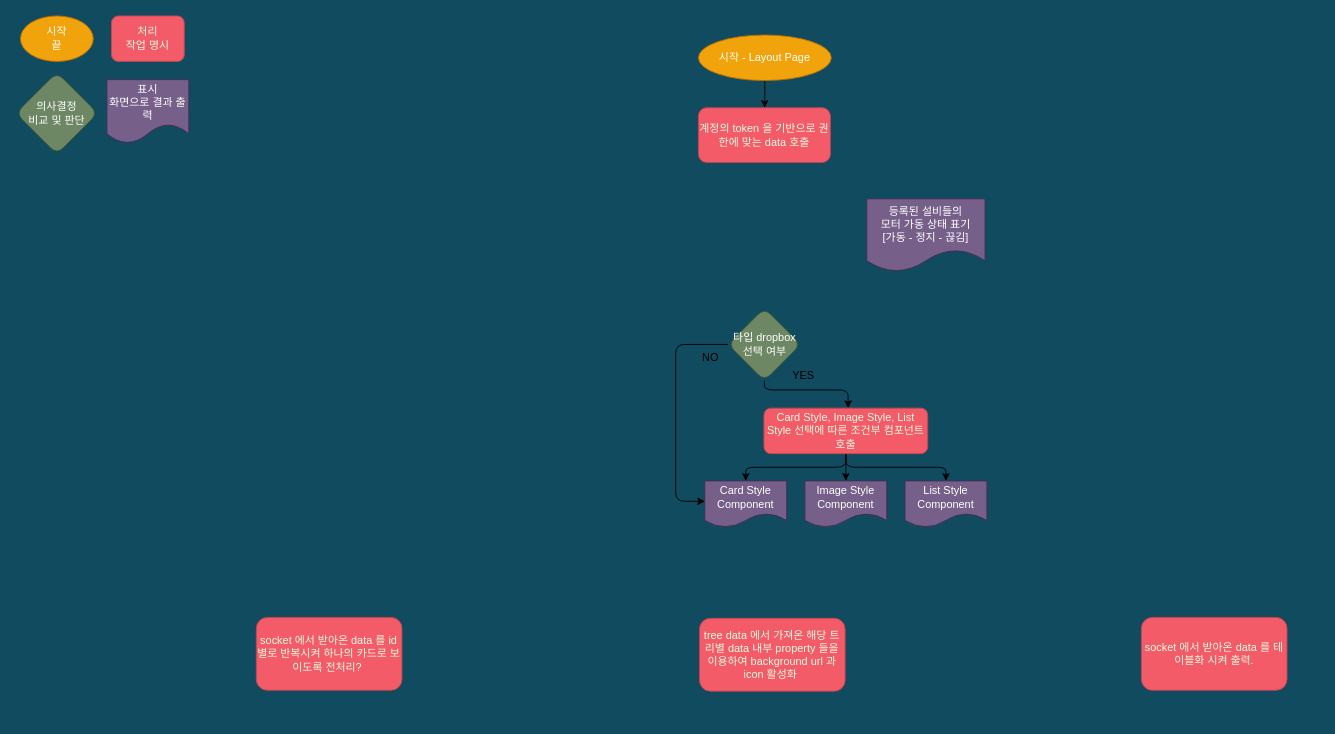
Above: layout-page.drawio in hws522/draw.io (draw.io), before the change. Source tidied: cells renumbered, new cells numbered last; positions are measured from the earlier drawing's top-left corner, leaving out a move shared by most shapes. Both pictures are drawn from the tidied source at 91%, with x=0, y=0 at pixel (15, 15).
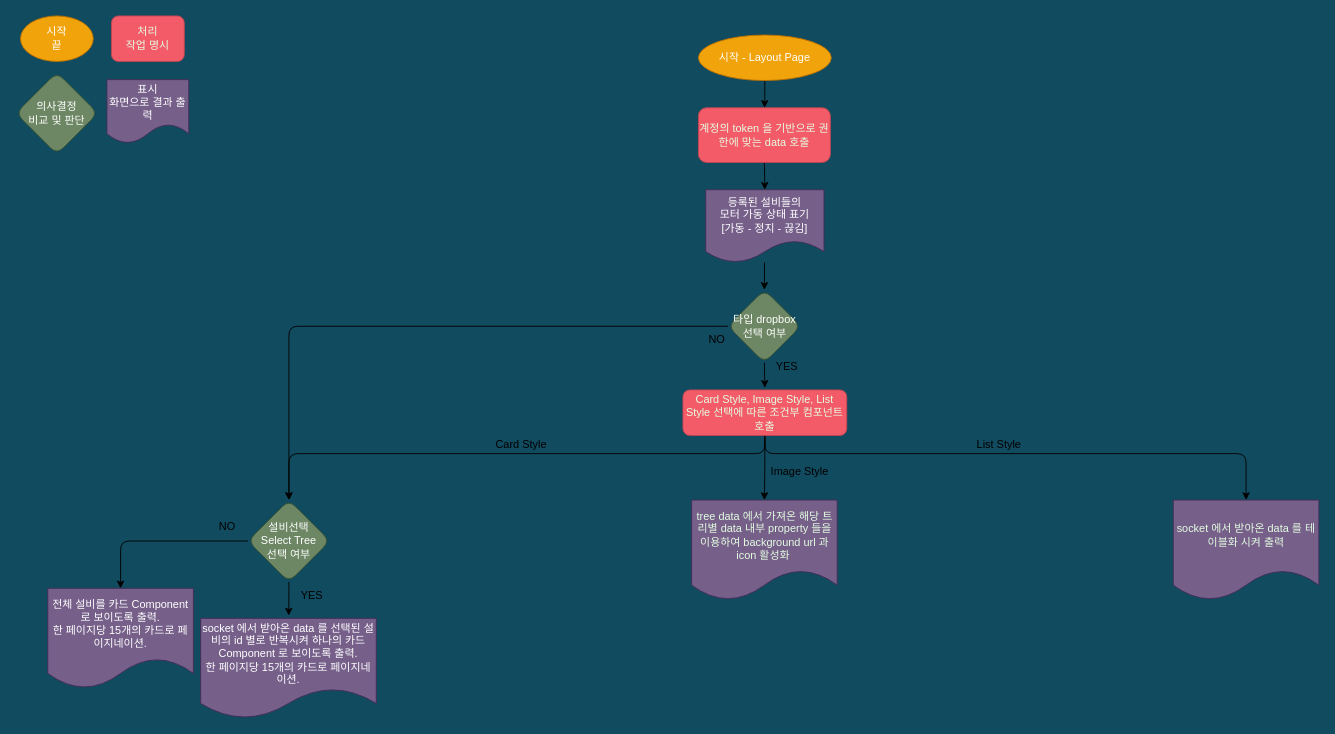
Above is the later version.

Commit message:
update layout-page

Unchanged cells that the change refers to:
```xml
<mxCell id="3" value="계정의 token 을 기반으로 권한에 맞는 data 호출" style="whiteSpace=wrap;html=1;fillColor=#F45B69;strokeColor=#C34651;fontColor=#E4FDE1;rounded=1;glass=0;strokeWidth=1;shadow=0;" parent="1" vertex="1">
  <mxGeometry x="750" y="101" width="145" height="60" as="geometry" />
</mxCell>
```

Change to the diagram source:
```diff
@@
+    <mxCell id="25" style="edgeStyle=none;html=1;exitX=0.5;exitY=1;exitDx=0;exitDy=0;entryX=0.5;entryY=0;entryDx=0;entryDy=0;" parent="1" edge="1" source="3" target="24">
+      <mxGeometry relative="1" as="geometry" />
+    </mxCell>
@@
-    <mxCell id="6" value="tree data 에서 가져온 해당 트리별 data 내부 property 들을 이용하여 background url 과 icon 활성화&amp;nbsp;" style="whiteSpace=wrap;html=1;fillColor=#F45B69;strokeColor=#C34651;fontColor=#E4FDE1;rounded=1;glass=0;strokeWidth=1;shadow=0;" parent="1" vertex="1">
-      <mxGeometry x="751.2" y="662" width="160" height="80" as="geometry" />
-    </mxCell>
-    <mxCell id="7" value="socket 에서 받아온 data 를 id 별로 반복시켜 하나의 카드로 보이도록 전처리?&amp;nbsp;" style="whiteSpace=wrap;html=1;fillColor=#F45B69;strokeColor=#C34651;fontColor=#E4FDE1;rounded=1;glass=0;strokeWidth=1;shadow=0;" parent="1" vertex="1">
-      <mxGeometry x="264.2" y="661" width="160" height="80" as="geometry" />
-    </mxCell>
-    <mxCell id="8" value="socket 에서 받아온 data 를 테이블화 시켜 출력." style="whiteSpace=wrap;html=1;fillColor=#F45B69;strokeColor=#C34651;fontColor=#E4FDE1;rounded=1;glass=0;strokeWidth=1;shadow=0;" parent="1" vertex="1">
-      <mxGeometry x="1236.8" y="661" width="160" height="80" as="geometry" />
-    </mxCell>
@@
-    <mxCell id="12" style="edgeStyle=orthogonalEdgeStyle;html=1;exitX=0;exitY=0.5;exitDx=0;exitDy=0;entryX=0.003;entryY=0.439;entryDx=0;entryDy=0;entryPerimeter=0;" parent="1" edge="1" source="14" target="19">
-      <mxGeometry relative="1" as="geometry">
-        <Array as="points">
-          <mxPoint x="725" y="361" />
-          <mxPoint x="725" y="533" />
-          <mxPoint x="757" y="533" />
-        </Array>
-      </mxGeometry>
-    </mxCell>
-    <mxCell id="13" style="edgeStyle=orthogonalEdgeStyle;html=1;exitX=0.5;exitY=1;exitDx=0;exitDy=0;entryX=0.514;entryY=0;entryDx=0;entryDy=0;entryPerimeter=0;" parent="1" edge="1" source="14" target="23">
-      <mxGeometry relative="1" as="geometry">
-        <Array as="points">
-          <mxPoint x="823" y="411" />
-          <mxPoint x="915" y="411" />
-          <mxPoint x="915" y="431" />
-        </Array>
-      </mxGeometry>
+    <mxCell id="13" style="edgeStyle=none;html=1;exitX=0.5;exitY=1;exitDx=0;exitDy=0;entryX=0.5;entryY=-0.047;entryDx=0;entryDy=0;entryPerimeter=0;" parent="1" edge="1" source="14" target="23">
+      <mxGeometry relative="1" as="geometry" />
     </mxCell>
+    <mxCell id="26" style="edgeStyle=orthogonalEdgeStyle;html=1;exitX=0;exitY=0.5;exitDx=0;exitDy=0;entryX=0.5;entryY=0;entryDx=0;entryDy=0;" parent="1" edge="1" source="14" target="30">
+      <mxGeometry relative="1" as="geometry" />
+    </mxCell>
     <mxCell id="14" value="타입 dropbox&lt;br&gt;선택 여부" style="rhombus;whiteSpace=wrap;html=1;fillColor=#6d8764;strokeColor=#3A5431;fontColor=#ffffff;rounded=1;glass=0;strokeWidth=1;shadow=0;" parent="1" vertex="1">
-      <mxGeometry x="782.5" y="321" width="80" height="80" as="geometry" />
+      <mxGeometry x="782.5" y="301" width="80" height="80" as="geometry" />
     </mxCell>
     <mxCell id="15" value="NO" style="text;html=1;align=center;verticalAlign=middle;strokeColor=none;fillColor=none;" parent="1" vertex="1">
-      <mxGeometry x="742.5" y="361" width="40" height="30" as="geometry" />
+      <mxGeometry x="750" y="341" width="40" height="30" as="geometry" />
     </mxCell>
     <mxCell id="16" value="YES" style="text;html=1;align=center;verticalAlign=middle;strokeColor=none;fillColor=none;" parent="1" vertex="1">
-      <mxGeometry x="840" y="381" width="50" height="30" as="geometry" />
+      <mxGeometry x="822" y="371" width="50" height="30" as="geometry" />
     </mxCell>
-    <mxCell id="17" value="List Style&lt;br&gt;Component" style="shape=document;whiteSpace=wrap;html=1;boundedLbl=1;fillColor=#76608a;strokeColor=#432D57;fontColor=#ffffff;rounded=1;glass=0;strokeWidth=1;shadow=0;" parent="1" vertex="1">
-      <mxGeometry x="977" y="511" width="90" height="51" as="geometry" />
+    <mxCell id="17" value="&lt;span style=&quot;color: rgb(228, 253, 225);&quot;&gt;socket 에서 받아온 data 를 테이블화 시켜 출력&lt;/span&gt;" style="shape=document;whiteSpace=wrap;html=1;boundedLbl=1;fillColor=#76608a;strokeColor=#432D57;fontColor=#ffffff;rounded=1;glass=0;strokeWidth=1;shadow=0;" parent="1" vertex="1">
+      <mxGeometry x="1271.8" y="532" width="160" height="110" as="geometry" />
     </mxCell>
-    <mxCell id="18" value="Image Style&lt;br&gt;Component" style="shape=document;whiteSpace=wrap;html=1;boundedLbl=1;fillColor=#76608a;strokeColor=#432D57;fontColor=#ffffff;rounded=1;glass=0;strokeWidth=1;shadow=0;" parent="1" vertex="1">
-      <mxGeometry x="867" y="511" width="90" height="51" as="geometry" />
+    <mxCell id="18" value="&lt;span style=&quot;color: rgb(228, 253, 225);&quot;&gt;tree data 에서 가져온 해당 트리별 data 내부 property 들을 이용하여 background url 과 icon 활성화&amp;nbsp;&lt;/span&gt;" style="shape=document;whiteSpace=wrap;html=1;boundedLbl=1;fillColor=#76608a;strokeColor=#432D57;fontColor=#ffffff;rounded=1;glass=0;strokeWidth=1;shadow=0;" parent="1" vertex="1">
+      <mxGeometry x="742.5" y="532" width="160" height="110" as="geometry" />
     </mxCell>
-    <mxCell id="19" value="Card Style&lt;br&gt;Component" style="shape=document;whiteSpace=wrap;html=1;boundedLbl=1;fillColor=#76608a;strokeColor=#432D57;fontColor=#ffffff;rounded=1;glass=0;strokeWidth=1;shadow=0;" parent="1" vertex="1">
-      <mxGeometry x="757" y="511" width="90" height="51" as="geometry" />
-    </mxCell>
-    <mxCell id="20" style="edgeStyle=orthogonalEdgeStyle;html=1;exitX=0.5;exitY=1;exitDx=0;exitDy=0;entryX=0.5;entryY=0;entryDx=0;entryDy=0;" parent="1" edge="1" source="23" target="19">
-      <mxGeometry relative="1" as="geometry" />
+    <mxCell id="20" style="edgeStyle=orthogonalEdgeStyle;html=1;exitX=0.5;exitY=1;exitDx=0;exitDy=0;" parent="1" edge="1" source="23" target="30">
+      <mxGeometry relative="1" as="geometry">
+        <Array as="points">
+          <mxPoint x="823" y="481" />
+          <mxPoint x="300" y="481" />
+        </Array>
+      </mxGeometry>
     </mxCell>
@@
     <mxCell id="22" style="edgeStyle=orthogonalEdgeStyle;html=1;exitX=0.5;exitY=1;exitDx=0;exitDy=0;entryX=0.5;entryY=0;entryDx=0;entryDy=0;" parent="1" edge="1" source="23" target="17">
-      <mxGeometry relative="1" as="geometry" />
+      <mxGeometry relative="1" as="geometry">
+        <Array as="points">
+          <mxPoint x="823" y="481" />
+          <mxPoint x="1352" y="481" />
+        </Array>
+      </mxGeometry>
     </mxCell>
     <mxCell id="23" value="Card Style, Image Style, List Style 선택에 따른 조건부 컴포넌트 호출" style="whiteSpace=wrap;html=1;fillColor=#F45B69;strokeColor=#C34651;fontColor=#E4FDE1;rounded=1;glass=0;strokeWidth=1;shadow=0;" parent="1" vertex="1">
-      <mxGeometry x="822" y="431" width="180" height="50" as="geometry" />
+      <mxGeometry x="733" y="411" width="180" height="50" as="geometry" />
     </mxCell>
+    <mxCell id="27" style="edgeStyle=none;html=1;entryX=0.5;entryY=0;entryDx=0;entryDy=0;" parent="1" edge="1" source="24" target="14">
+      <mxGeometry relative="1" as="geometry" />
+    </mxCell>
     <mxCell id="24" value="등록된 설비들의&lt;br&gt;모터 가동 상태 표기&lt;br&gt;[가동 - 정지 - 끊김]" style="shape=document;whiteSpace=wrap;html=1;boundedLbl=1;fillColor=#76608a;strokeColor=#432D57;fontColor=#ffffff;rounded=1;glass=0;strokeWidth=1;shadow=0;" parent="1" vertex="1">
-      <mxGeometry x="935" y="201" width="130" height="80" as="geometry" />
+      <mxGeometry x="758" y="191" width="130" height="80" as="geometry" />
     </mxCell>
+    <mxCell id="28" style="edgeStyle=orthogonalEdgeStyle;html=1;entryX=0.5;entryY=0;entryDx=0;entryDy=0;" parent="1" edge="1" source="30" target="37">
+      <mxGeometry relative="1" as="geometry">
+        <Array as="points">
+          <mxPoint x="115" y="577" />
+        </Array>
+      </mxGeometry>
+    </mxCell>
+    <mxCell id="29" style="edgeStyle=orthogonalEdgeStyle;html=1;exitX=0.5;exitY=1;exitDx=0;exitDy=0;entryX=0.501;entryY=-0.028;entryDx=0;entryDy=0;entryPerimeter=0;" parent="1" edge="1" source="30" target="33">
+      <mxGeometry relative="1" as="geometry" />
+    </mxCell>
+    <mxCell id="30" value="설비선택&lt;br&gt;Select Tree&lt;br&gt;선택 여부" style="rhombus;whiteSpace=wrap;html=1;fillColor=#6d8764;strokeColor=#3A5431;fontColor=#ffffff;rounded=1;glass=0;strokeWidth=1;shadow=0;" parent="1" vertex="1">
+      <mxGeometry x="255" y="532" width="90" height="90" as="geometry" />
+    </mxCell>
+    <mxCell id="31" value="NO" style="text;html=1;align=center;verticalAlign=middle;strokeColor=none;fillColor=none;" parent="1" vertex="1">
+      <mxGeometry x="212" y="546" width="40" height="30" as="geometry" />
+    </mxCell>
+    <mxCell id="32" value="YES" style="text;html=1;align=center;verticalAlign=middle;strokeColor=none;fillColor=none;" parent="1" vertex="1">
+      <mxGeometry x="300" y="622" width="50" height="30" as="geometry" />
+    </mxCell>
+    <mxCell id="33" value="socket 에서 받아온 data 를 선택된 설비의 id 별로 반복시켜 하나의 카드 Component 로 보이도록 출력.&lt;br&gt;한 페이지당 15개의 카드로 페이지네이션." style="shape=document;whiteSpace=wrap;html=1;boundedLbl=1;fillColor=#76608a;strokeColor=#432D57;fontColor=#ffffff;rounded=1;glass=0;strokeWidth=1;shadow=0;" parent="1" vertex="1">
+      <mxGeometry x="203" y="662" width="193" height="110" as="geometry" />
+    </mxCell>
+    <mxCell id="34" value="Card Style" style="text;html=1;align=center;verticalAlign=middle;strokeColor=none;fillColor=none;" parent="1" vertex="1">
+      <mxGeometry x="515" y="456" width="80" height="30" as="geometry" />
+    </mxCell>
+    <mxCell id="35" value="Image Style" style="text;html=1;align=center;verticalAlign=middle;strokeColor=none;fillColor=none;" parent="1" vertex="1">
+      <mxGeometry x="816" y="486" width="90" height="30" as="geometry" />
+    </mxCell>
+    <mxCell id="36" value="List Style" style="text;html=1;align=center;verticalAlign=middle;strokeColor=none;fillColor=none;" parent="1" vertex="1">
+      <mxGeometry x="1045" y="456" width="70" height="30" as="geometry" />
+    </mxCell>
+    <mxCell id="37" value="전체 설비를 카드 Component 로 보이도록 출력.&lt;br&gt;한 페이지당 15개의 카드로 페이지네이션." style="shape=document;whiteSpace=wrap;html=1;boundedLbl=1;fillColor=#76608a;strokeColor=#432D57;fontColor=#ffffff;rounded=1;glass=0;strokeWidth=1;shadow=0;" parent="1" vertex="1">
+      <mxGeometry x="35" y="629" width="160" height="110" as="geometry" />
+    </mxCell>
```
